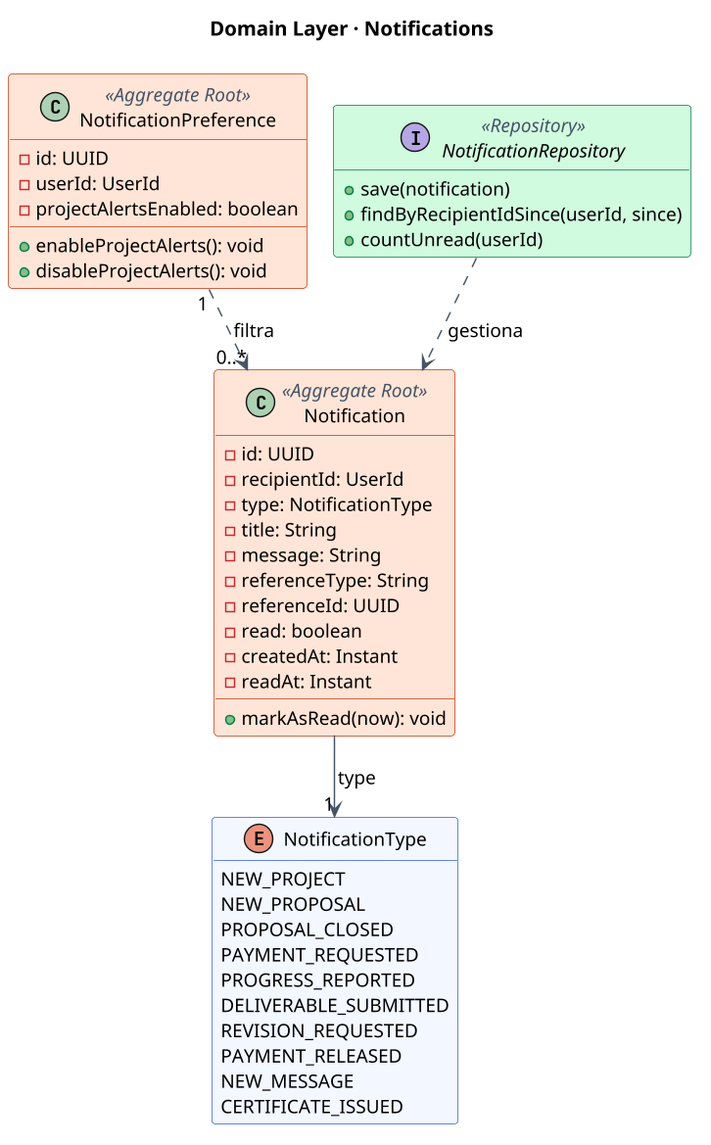
1ASI0728-2620-9075-Chambita/1ASI0728-2620-9075-TF-Report keeps this PlantUML diagram as img/cap 5/class-notifications.png. Above is the earlier version.
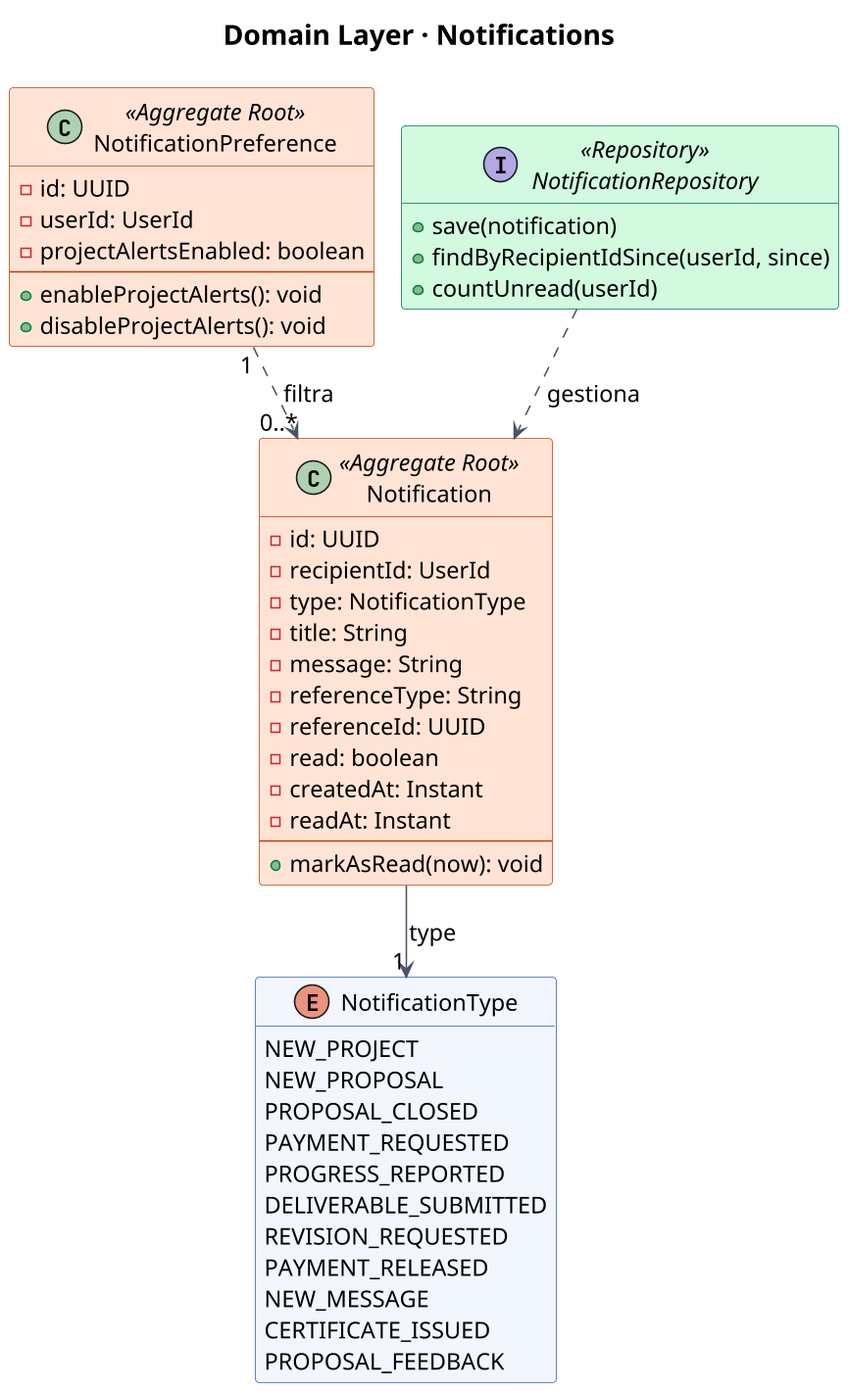
Later version of the same file.

Diff of the diagram source:
```diff
@@ -1,54 +1,52 @@
 @startuml
-skinparamlocked dpi 140
+skinparamlocked dpi 150
 !pragma layout smetana
-skinparam backgroundColor white
+skinparam defaultFontName "Noto Sans"
+skinparam defaultFontSize 15
 skinparam shadowing false
-skinparam defaultFontName Noto Sans
-skinparam defaultFontSize 13
+skinparam ArrowColor #475467
+skinparam TitleFontSize 18
 skinparam class {
-  BackgroundColor #F3F7FF
+  BackgroundColor #F2F6FE
   BorderColor #2E5BDB
-  ArrowColor #475467
-  StereotypeFontColor #475467
-}
-skinparam class<<Aggregate Root>> {
-  BackgroundColor #FFE4D6
-  BorderColor #C4320A
-}
-skinparam class<<Value Object>> {
-  BackgroundColor #F2F4F7
-  BorderColor #667085
-}
-skinparam class<<Repository>> {
-  BackgroundColor #D1FADF
-  BorderColor #067647
-}
-skinparam class<<Domain Service>> {
-  BackgroundColor #FEF0C7
-  BorderColor #B54708
+  BackgroundColor<<Aggregate Root>> #FFE4D6
+  BorderColor<<Aggregate Root>> #C2410C
+  BackgroundColor<<Entity>> #F2F6FE
+  BorderColor<<Entity>> #2E5BDB
+  BackgroundColor<<Repository>> #D1FADF
+  BorderColor<<Repository>> #067647
+  BackgroundColor<<Value Object>> #F2F4F7
+  BorderColor<<Value Object>> #667085
 }
 hide empty members
+title Domain Layer · Notifications
 
-title Domain Layer · Notifications
+class NotificationPreference <<Aggregate Root>> {
+  -id: UUID
+  -userId: UserId
+  -projectAlertsEnabled: boolean
+  --
+  +enableProjectAlerts(): void
+  +disableProjectAlerts(): void
+}
+interface NotificationRepository <<Repository>> {
+  +save(notification)
+  +findByRecipientIdSince(userId, since)
+  +countUnread(userId)
+}
 class Notification <<Aggregate Root>> {
-  - id: UUID
-  - recipientId: UserId
-  - type: NotificationType
-  - title: String
-  - message: String
-  - referenceType: String
-  - referenceId: UUID
-  - read: boolean
-  - createdAt: Instant
-  - readAt: Instant
-  + markAsRead(now): void
-}
-class NotificationPreference <<Aggregate Root>> {
-  - id: UUID
-  - userId: UserId
-  - projectAlertsEnabled: boolean
-  + enableProjectAlerts(): void
-  + disableProjectAlerts(): void
+  -id: UUID
+  -recipientId: UserId
+  -type: NotificationType
+  -title: String
+  -message: String
+  -referenceType: String
+  -referenceId: UUID
+  -read: boolean
+  -createdAt: Instant
+  -readAt: Instant
+  --
+  +markAsRead(now): void
 }
 enum NotificationType {
   NEW_PROJECT
@@ -61,13 +59,9 @@
   PAYMENT_RELEASED
   NEW_MESSAGE
   CERTIFICATE_ISSUED
+  PROPOSAL_FEEDBACK
 }
-interface NotificationRepository <<Repository>> {
-  + save(notification)
-  + findByRecipientIdSince(userId, since)
-  + countUnread(userId)
-}
-Notification --> "1" NotificationType : type
 NotificationPreference "1" ..> "0..*" Notification : filtra
 NotificationRepository ..> Notification : gestiona
+Notification --> "1" NotificationType : type
 @enduml
```
